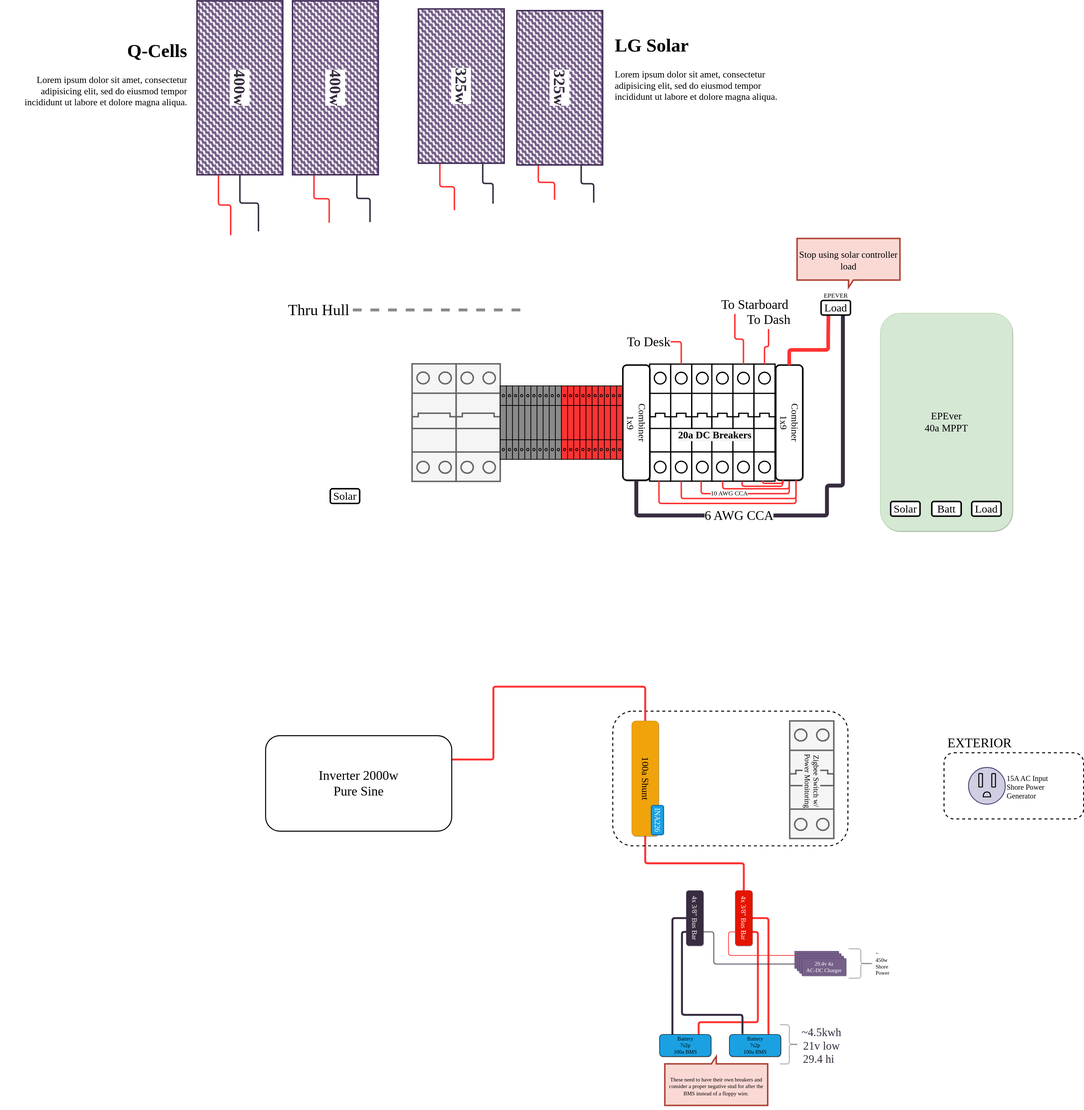
clomads/gary-bussy keeps this draw.io diagram as gary-bussy-electrical.drawio.svg. Above is the earlier version. Source tidied: cells renumbered, new cells last; positions are measured from the earlier drawing's top-left corner, leaving out a move shared by most shapes.
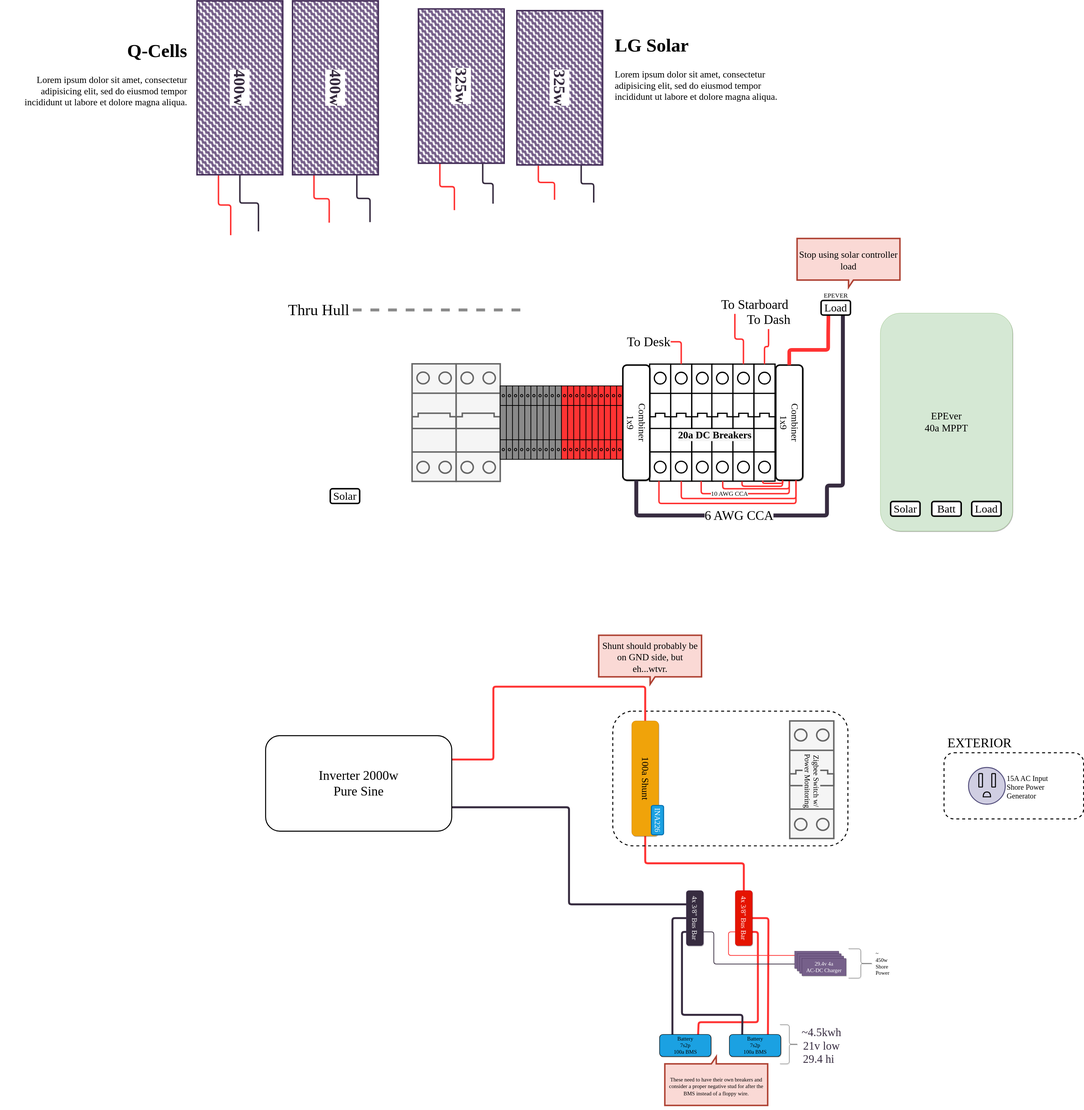
The same diagram one commit later.

Change to the diagram source:
```diff
@@ -219,6 +219,9 @@
     <mxCell id="51" value="Zigbee Switch w/&lt;br&gt;Power Monitoring" style="text;html=1;align=center;verticalAlign=middle;strokeColor=none;fillColor=none;fontSize=30;fontFamily=League Spartan;shadow=0;rotation=90;labelBackgroundColor=#F5F5F5;" parent="1" vertex="1">
       <mxGeometry x="3191" y="3044" width="240" height="90" as="geometry" />
     </mxCell>
+    <mxCell id="96" style="edgeStyle=orthogonalEdgeStyle;shape=connector;rounded=1;jettySize=auto;html=1;exitX=1;exitY=0.75;exitDx=0;exitDy=0;entryX=1;entryY=0.75;entryDx=0;entryDy=0;labelBackgroundColor=default;strokeColor=#372C40;strokeWidth=8;fontFamily=League Spartan;fontSource=https%3A%2F%2Ffonts.googleapis.com%2Fcss%3Ffamily%3DLeague%2BSpartan;fontSize=53;fontColor=default;endArrow=none;endFill=0;" parent="1" edge="1" source="52" target="10">
+      <mxGeometry relative="1" as="geometry" />
+    </mxCell>
     <mxCell id="52" value="Inverter 2000w&lt;br style=&quot;font-size: 53px;&quot;&gt;Pure Sine" style="rounded=1;whiteSpace=wrap;html=1;shadow=0;sketch=0;strokeColor=default;strokeWidth=4;fontFamily=League Spartan;fontSource=https%3A%2F%2Ffonts.googleapis.com%2Fcss%3Ffamily%3DLeague%2BSpartan;fontSize=53;fillColor=none;" parent="1" vertex="1">
       <mxGeometry x="1081" y="2904" width="760" height="390" as="geometry" />
     </mxCell>
@@ -393,5 +396,8 @@
     <mxCell id="95" value="&lt;h1&gt;Q-Cells&lt;/h1&gt;&lt;p&gt;Lorem ipsum dolor sit amet, consectetur adipisicing elit, sed do eiusmod tempor incididunt ut labore et dolore magna aliqua.&lt;/p&gt;" style="text;html=1;strokeColor=none;fillColor=none;spacing=5;spacingTop=-20;whiteSpace=wrap;overflow=hidden;rounded=0;shadow=0;labelBackgroundColor=none;sketch=0;fillStyle=auto;strokeWidth=6;fontFamily=League Spartan;fontSource=https%3A%2F%2Ffonts.googleapis.com%2Fcss%3Ffamily%3DLeague%2BSpartan;fontSize=38;fontColor=default;align=right;" parent="1" vertex="1">
       <mxGeometry y="22" width="766" height="488" as="geometry" />
     </mxCell>
+    <mxCell id="97" value="&lt;p style=&quot;line-height: 55%;&quot;&gt;&lt;span style=&quot;color: rgb(0, 0, 0);&quot;&gt;&lt;font style=&quot;font-size: 38px;&quot;&gt;Shunt should probably be on GND side, but eh...wtvr.&lt;/font&gt;&lt;/span&gt;&lt;/p&gt;" style="shape=callout;whiteSpace=wrap;html=1;perimeter=calloutPerimeter;shadow=0;labelBackgroundColor=none;sketch=0;fillStyle=auto;strokeColor=#ae4132;strokeWidth=6;fontFamily=League Spartan;fontSource=https%3A%2F%2Ffonts.googleapis.com%2Fcss%3Ffamily%3DLeague%2BSpartan;fontSize=67;fillColor=#fad9d5;direction=east;" parent="1" vertex="1">
+      <mxGeometry x="2441" y="2494" width="420" height="200" as="geometry" />
+    </mxCell>
   </root>
 </mxGraphModel>
```
